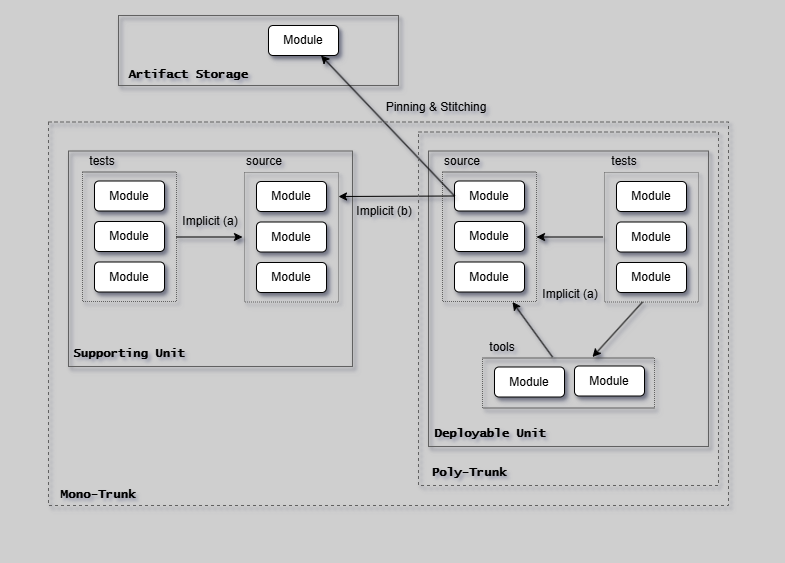
ready-to-release/eac keeps this draw.io diagram as docs/assets/branching/depen-modules.drawio.png. Above is the earlier version. Source tidied: cells renumbered, new cells last; positions are measured from the earlier drawing's top-left corner, leaving out a move shared by most shapes.
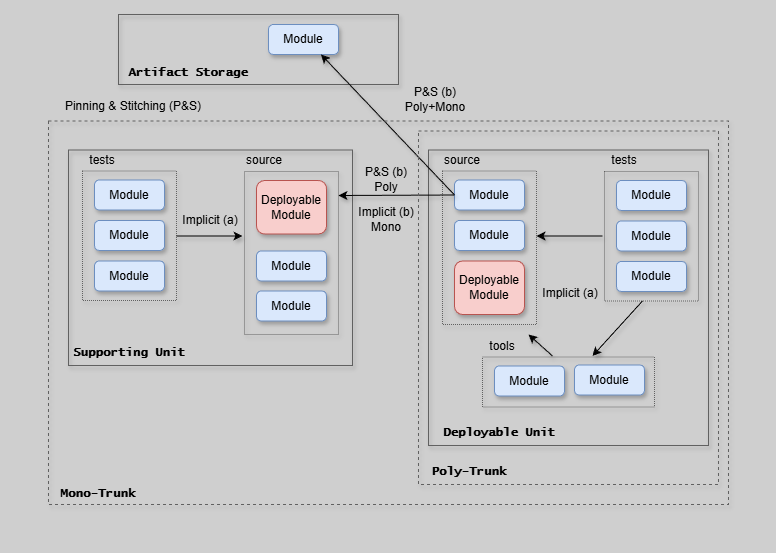
Above is the later version.

Change to the diagram source:
```diff
@@ -5,32 +5,32 @@
     <mxCell id="2" style="group;strokeColor=none;dashed=1;dashPattern=12 12;shadow=1;" parent="1" vertex="1">
       <mxGeometry width="764" height="541" as="geometry" />
     </mxCell>
-    <mxCell id="3" value="Module" style="rounded=1;whiteSpace=wrap;html=1;shadow=1;" parent="1" vertex="1">
+    <mxCell id="3" value="Module" style="rounded=1;whiteSpace=wrap;html=1;shadow=1;fillColor=#dae8fc;strokeColor=#6c8ebf;" parent="1" vertex="1">
       <mxGeometry x="612" y="177" width="70" height="30" as="geometry" />
     </mxCell>
-    <mxCell id="4" value="Module" style="rounded=1;whiteSpace=wrap;html=1;shadow=1;" parent="1" vertex="1">
+    <mxCell id="4" value="Module" style="rounded=1;whiteSpace=wrap;html=1;shadow=1;fillColor=#dae8fc;strokeColor=#6c8ebf;" parent="1" vertex="1">
       <mxGeometry x="612" y="217.5" width="70" height="30" as="geometry" />
     </mxCell>
-    <mxCell id="5" value="Module" style="rounded=1;whiteSpace=wrap;html=1;shadow=1;" parent="1" vertex="1">
+    <mxCell id="5" value="Module" style="rounded=1;whiteSpace=wrap;html=1;shadow=1;fillColor=#dae8fc;strokeColor=#6c8ebf;" parent="1" vertex="1">
       <mxGeometry x="612" y="258" width="70" height="30" as="geometry" />
     </mxCell>
-    <mxCell id="6" value="Module" style="rounded=1;whiteSpace=wrap;html=1;shadow=1;" parent="1" vertex="1">
+    <mxCell id="6" value="Module" style="rounded=1;whiteSpace=wrap;html=1;shadow=1;fillColor=#dae8fc;strokeColor=#6c8ebf;" parent="1" vertex="1">
       <mxGeometry x="450" y="176.5" width="70" height="30" as="geometry" />
     </mxCell>
-    <mxCell id="7" value="Module" style="rounded=1;whiteSpace=wrap;html=1;shadow=1;" parent="1" vertex="1">
+    <mxCell id="7" value="Module" style="rounded=1;whiteSpace=wrap;html=1;shadow=1;fillColor=#dae8fc;strokeColor=#6c8ebf;" parent="1" vertex="1">
       <mxGeometry x="450" y="217" width="70" height="30" as="geometry" />
     </mxCell>
-    <mxCell id="8" value="Module" style="rounded=1;whiteSpace=wrap;html=1;shadow=1;" parent="1" vertex="1">
-      <mxGeometry x="450" y="257.5" width="70" height="30" as="geometry" />
+    <mxCell id="8" value="Deployable&lt;br&gt;Module" style="rounded=1;whiteSpace=wrap;html=1;shadow=1;fillColor=#f8cecc;strokeColor=#b85450;" parent="1" vertex="1">
+      <mxGeometry x="450" y="257.5" width="70" height="53.5" as="geometry" />
     </mxCell>
-    <mxCell id="9" value="Module" style="rounded=1;whiteSpace=wrap;html=1;shadow=1;" parent="1" vertex="1">
+    <mxCell id="9" value="Module" style="rounded=1;whiteSpace=wrap;html=1;shadow=1;fillColor=#dae8fc;strokeColor=#6c8ebf;" parent="1" vertex="1">
       <mxGeometry x="490" y="362.5" width="70" height="30" as="geometry" />
     </mxCell>
-    <mxCell id="10" value="Module" style="rounded=1;whiteSpace=wrap;html=1;shadow=1;" parent="1" vertex="1">
+    <mxCell id="10" value="Module" style="rounded=1;whiteSpace=wrap;html=1;shadow=1;fillColor=#dae8fc;strokeColor=#6c8ebf;" parent="1" vertex="1">
       <mxGeometry x="570" y="361.5" width="70" height="30" as="geometry" />
     </mxCell>
     <mxCell id="11" style="group;strokeColor=#616161;dashed=1;dashPattern=1 1;shadow=1;" parent="1" vertex="1">
-      <mxGeometry x="438" y="167.5" width="94" height="129.5" as="geometry" />
+      <mxGeometry x="438" y="167.5" width="94" height="153.5" as="geometry" />
     </mxCell>
     <mxCell id="12" style="group;strokeColor=#616161;dashed=1;dashPattern=1 1;shadow=1;" parent="1" vertex="1">
       <mxGeometry x="600" y="168" width="94" height="129.5" as="geometry" />
@@ -41,7 +41,7 @@
     <mxCell id="14" style="endArrow=classic;html=1;rounded=0;shadow=1;" parent="1" edge="1">
       <mxGeometry relative="1" as="geometry">
         <mxPoint x="548" y="352.5" as="sourcePoint" />
-        <mxPoint x="508" y="297.5" as="targetPoint" />
+        <mxPoint x="524" y="331" as="targetPoint" />
       </mxGeometry>
     </mxCell>
     <mxCell id="15" style="endArrow=classic;html=1;rounded=0;shadow=1;" parent="1" edge="1">
@@ -68,29 +68,23 @@
     <mxCell id="20" style="group;strokeColor=#616161;shadow=1;" parent="1" vertex="1">
       <mxGeometry x="424" y="146.5" width="280" height="295.5" as="geometry" />
     </mxCell>
-    <mxCell id="21" value="Module" style="rounded=1;whiteSpace=wrap;html=1;shadow=1;" parent="1" vertex="1">
-      <mxGeometry x="252" y="177" width="70" height="30" as="geometry" />
-    </mxCell>
-    <mxCell id="22" value="Module" style="rounded=1;whiteSpace=wrap;html=1;shadow=1;" parent="1" vertex="1">
-      <mxGeometry x="252" y="217.5" width="70" height="30" as="geometry" />
+    <mxCell id="22" value="Module" style="rounded=1;whiteSpace=wrap;html=1;shadow=1;fillColor=#dae8fc;strokeColor=#6c8ebf;" parent="1" vertex="1">
+      <mxGeometry x="252" y="247.5" width="70" height="30" as="geometry" />
     </mxCell>
-    <mxCell id="23" value="Module" style="rounded=1;whiteSpace=wrap;html=1;shadow=1;" parent="1" vertex="1">
-      <mxGeometry x="252" y="258" width="70" height="30" as="geometry" />
-    </mxCell>
-    <mxCell id="24" value="Module" style="rounded=1;whiteSpace=wrap;html=1;shadow=1;" parent="1" vertex="1">
+    <mxCell id="24" value="Module" style="rounded=1;whiteSpace=wrap;html=1;shadow=1;fillColor=#dae8fc;strokeColor=#6c8ebf;" parent="1" vertex="1">
       <mxGeometry x="90" y="176.5" width="70" height="30" as="geometry" />
     </mxCell>
-    <mxCell id="25" value="Module" style="rounded=1;whiteSpace=wrap;html=1;shadow=1;" parent="1" vertex="1">
+    <mxCell id="25" value="Module" style="rounded=1;whiteSpace=wrap;html=1;shadow=1;fillColor=#dae8fc;strokeColor=#6c8ebf;" parent="1" vertex="1">
       <mxGeometry x="90" y="217" width="70" height="30" as="geometry" />
     </mxCell>
-    <mxCell id="26" value="Module" style="rounded=1;whiteSpace=wrap;html=1;shadow=1;" parent="1" vertex="1">
+    <mxCell id="26" value="Module" style="rounded=1;whiteSpace=wrap;html=1;shadow=1;fillColor=#dae8fc;strokeColor=#6c8ebf;" parent="1" vertex="1">
       <mxGeometry x="90" y="257.5" width="70" height="30" as="geometry" />
     </mxCell>
     <mxCell id="27" style="group;strokeColor=#616161;dashed=1;dashPattern=1 1;shadow=1;" parent="1" vertex="1">
       <mxGeometry x="78" y="167.5" width="94" height="129.5" as="geometry" />
     </mxCell>
     <mxCell id="28" style="group;strokeColor=#616161;dashed=1;dashPattern=1 1;shadow=1;" parent="1" vertex="1">
-      <mxGeometry x="240" y="168" width="94" height="129.5" as="geometry" />
+      <mxGeometry x="240" y="168" width="94" height="163" as="geometry" />
     </mxCell>
     <mxCell id="29" style="endArrow=classic;html=1;rounded=0;shadow=1;" parent="1" edge="1">
       <mxGeometry relative="1" as="geometry">
@@ -110,7 +104,7 @@
     <mxCell id="33" style="group;strokeColor=#616161;shadow=1;" parent="1" vertex="1">
       <mxGeometry x="114" y="11" width="280" height="70" as="geometry" />
     </mxCell>
-    <mxCell id="34" value="Module" style="rounded=1;whiteSpace=wrap;html=1;shadow=1;" parent="1" vertex="1">
+    <mxCell id="34" value="Module" style="rounded=1;whiteSpace=wrap;html=1;shadow=1;fillColor=#dae8fc;strokeColor=#6c8ebf;" parent="1" vertex="1">
       <mxGeometry x="264" y="21" width="70" height="30" as="geometry" />
     </mxCell>
     <mxCell id="35" style="endArrow=classic;html=1;rounded=0;entryX=0.75;entryY=1;entryDx=0;entryDy=0;exitX=0;exitY=0.5;exitDx=0;exitDy=0;shadow=1;" parent="1" edge="1" source="6" target="34">
@@ -121,11 +115,11 @@
         <mxPoint x="334" y="192" as="targetPoint" />
       </mxGeometry>
     </mxCell>
-    <mxCell id="37" value="Implicit (b)" style="text;html=1;strokeColor=none;fillColor=none;align=center;verticalAlign=middle;whiteSpace=wrap;rounded=0;shadow=1;" parent="1" vertex="1">
-      <mxGeometry x="350" y="192" width="60" height="30" as="geometry" />
+    <mxCell id="37" value="P&amp;amp;S (b)&lt;br&gt;Poly" style="text;html=1;strokeColor=none;fillColor=none;align=center;verticalAlign=middle;whiteSpace=wrap;rounded=0;shadow=1;" parent="1" vertex="1">
+      <mxGeometry x="352" y="161" width="60" height="30" as="geometry" />
     </mxCell>
-    <mxCell id="38" value="Pinning &amp;amp; Stitching" style="text;html=1;strokeColor=none;fillColor=none;align=center;verticalAlign=middle;whiteSpace=wrap;rounded=0;shadow=1;" parent="1" vertex="1">
-      <mxGeometry x="374" y="87.5" width="116" height="30" as="geometry" />
+    <mxCell id="38" value="Pinning &amp;amp; Stitching (&lt;span style=&quot;color: rgb(0, 0, 0);&quot;&gt;P&amp;amp;S)&lt;/span&gt;" style="text;html=1;strokeColor=none;fillColor=none;align=center;verticalAlign=middle;whiteSpace=wrap;rounded=0;shadow=1;" parent="1" vertex="1">
+      <mxGeometry x="44" y="87.5" width="170" height="30" as="geometry" />
     </mxCell>
     <mxCell id="39" style="group;strokeColor=#616161;dashed=1;shadow=1;" parent="1" vertex="1">
       <mxGeometry x="44" y="117.5" width="680" height="383.5" as="geometry" />
@@ -134,7 +128,7 @@
       <mxGeometry x="65" y="339.5" width="120" height="21" as="geometry" />
     </mxCell>
     <mxCell id="41" value="Deployable Unit" style="text;html=1;strokeColor=none;fillColor=none;align=center;verticalAlign=middle;whiteSpace=wrap;rounded=0;fontStyle=1;fontFamily=Lucida Console;shadow=1;" parent="1" vertex="1">
-      <mxGeometry x="426" y="419" width="120" height="21" as="geometry" />
+      <mxGeometry x="426" y="419" width="138" height="21" as="geometry" />
     </mxCell>
     <mxCell id="42" value="Mono-Trunk" style="text;html=1;strokeColor=none;fillColor=none;align=center;verticalAlign=middle;whiteSpace=wrap;rounded=0;fontStyle=1;fontFamily=Lucida Console;shadow=1;" parent="1" vertex="1">
       <mxGeometry x="44" y="480" width="100" height="21" as="geometry" />
@@ -154,5 +148,17 @@
     <mxCell id="47" value="Poly-Trunk" style="text;html=1;strokeColor=none;fillColor=none;align=center;verticalAlign=middle;whiteSpace=wrap;rounded=0;fontStyle=1;fontFamily=Lucida Console;shadow=1;" parent="1" vertex="1">
       <mxGeometry x="415" y="458" width="100" height="21" as="geometry" />
     </mxCell>
+    <mxCell id="48" value="Deployable&lt;br&gt;Module" style="rounded=1;whiteSpace=wrap;html=1;shadow=1;fillColor=#f8cecc;strokeColor=#b85450;" parent="1" vertex="1">
+      <mxGeometry x="252" y="177" width="70" height="53.5" as="geometry" />
+    </mxCell>
+    <mxCell id="49" value="Module" style="rounded=1;whiteSpace=wrap;html=1;shadow=1;fillColor=#dae8fc;strokeColor=#6c8ebf;" parent="1" vertex="1">
+      <mxGeometry x="252" y="287.5" width="70" height="30" as="geometry" />
+    </mxCell>
+    <mxCell id="50" value="Implicit (b)&lt;br&gt;Mono" style="text;html=1;strokeColor=none;fillColor=none;align=center;verticalAlign=middle;whiteSpace=wrap;rounded=0;shadow=1;" parent="1" vertex="1">
+      <mxGeometry x="352" y="200.5" width="60" height="30" as="geometry" />
+    </mxCell>
+    <mxCell id="51" value="&lt;span style=&quot;color: rgb(0, 0, 0);&quot;&gt;P&amp;amp;S&lt;/span&gt;&amp;nbsp;(b)&lt;br&gt;Poly+Mono" style="text;html=1;strokeColor=none;fillColor=none;align=center;verticalAlign=middle;whiteSpace=wrap;rounded=0;shadow=1;" parent="1" vertex="1">
+      <mxGeometry x="378" y="81" width="106" height="30" as="geometry" />
+    </mxCell>
   </root>
 </mxGraphModel>
```
